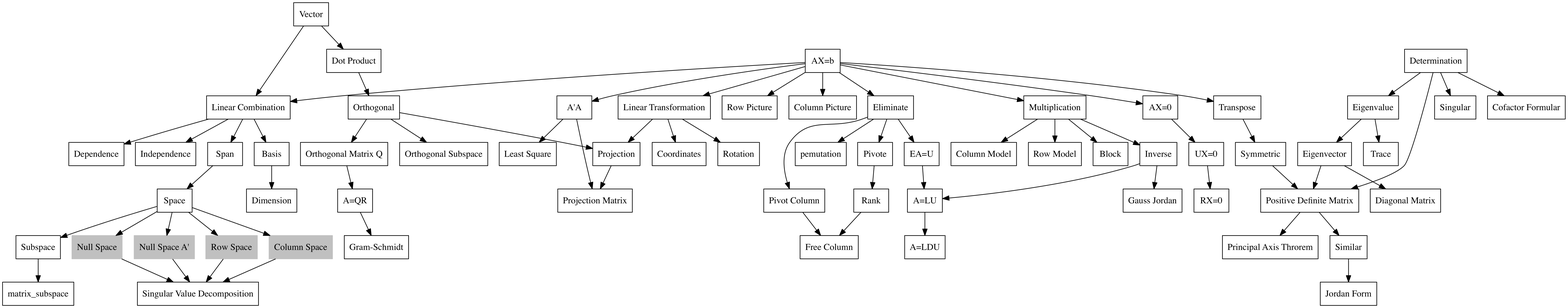
Above: LinearAlgebra/LinearAlgebra.png in Tony-Tan/MachineLearningMath (Graphviz), before the change. Its source is kept beside it as LinearAlgebra/LinearAlgebra.dot.
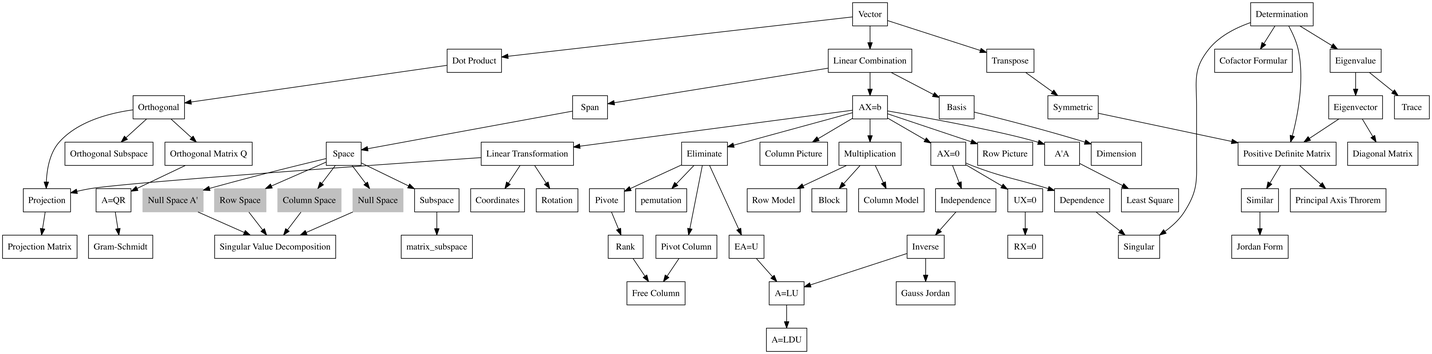
The same file after the commit.

Commit message:
change relationshap with chapter 1

The edit, as a diff of the source:
```diff
@@ -92,11 +92,10 @@
 	multiplication->column_model;
 	multiplication->row_model;
 	multiplication->block;
-	multiplication->inverse;
 	inverse->Gauss_Jordan;
 	inverse->a_equ_lu;
 	ea_equ_u->a_equ_lu->a_equ_ldu;
-	ax_equ_b->transpose->symmetric;
+	vector->transpose->symmetric;
 	space->subspace;
 	pivote->rank_->free_column;
 
@@ -105,11 +104,11 @@
 	ax_equ_0->ux_equ_0->rx_equ_0;
 
 	ax_equ_b->ax_equ_0;
-	linear_combination->dependence;
-	linear_combination->independence;
+	ax_equ_0->dependence->singular;
+	ax_equ_0->independence->inverse;
 	linear_combination->span;
 	linear_combination->basis->dimension
-	ax_equ_b->linear_combination;
+	linear_combination->ax_equ_b;
 	span->space;
 	subspace->matrix_subspace;
 
@@ -119,7 +118,6 @@
 	vector->dot_product->orthogonal->orthogonal_subspace;
 
 	orthogonal->projection->projection_matrix;
-	a_t_a->projection_matrix;
 	a_t_a->least_square;
 	orthogonal->orthogonal_matrix_q->a_equ_q_r->gram_schmidt;
 
```
